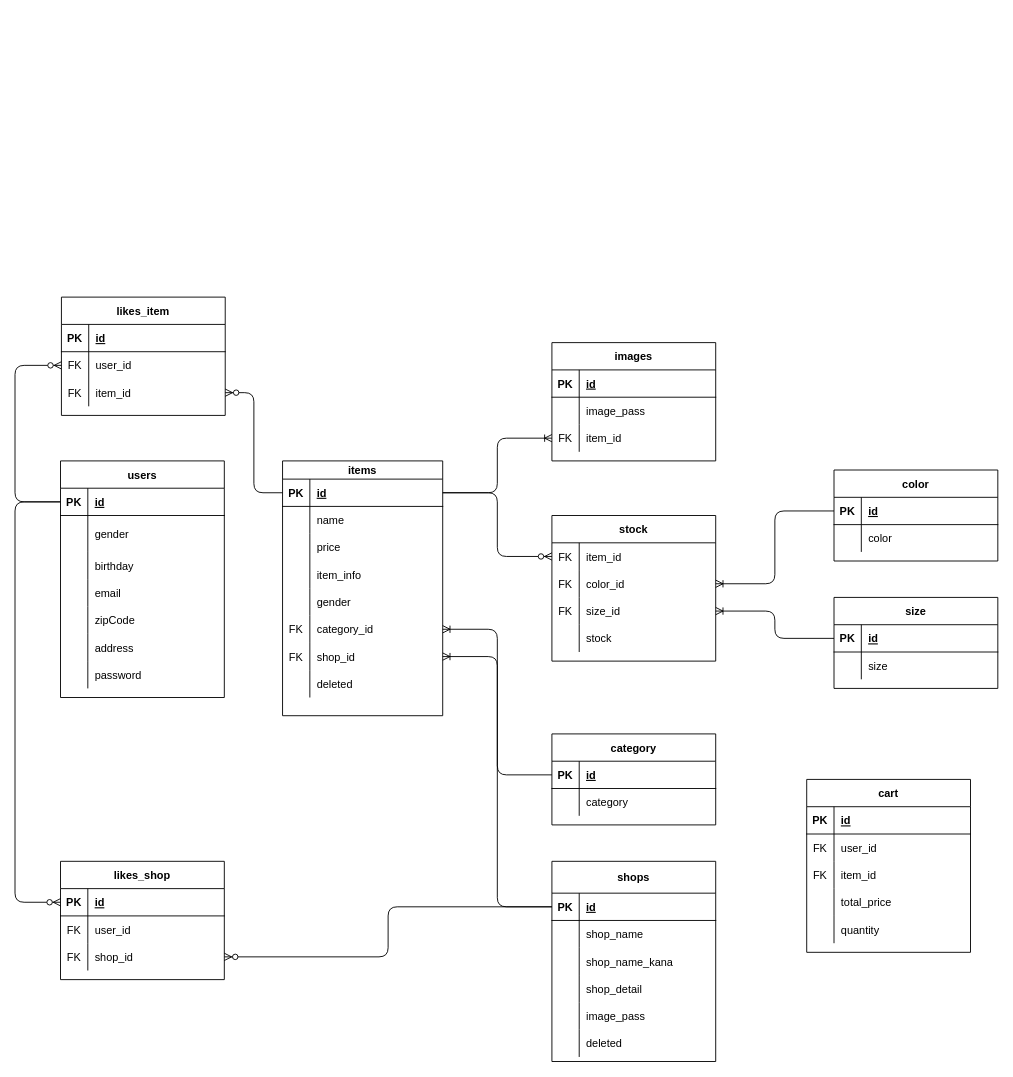
This is design/newmozo.drawio from daimatsunaga/mozotown, a draw.io file, before an edit. Source tidied: cells renumbered, new cells numbered last; positions are measured from the earlier drawing's top-left corner, leaving out a move shared by most shapes. Both pictures are drawn from the tidied source at 91%, with x=0, y=0 at pixel (15, 297).
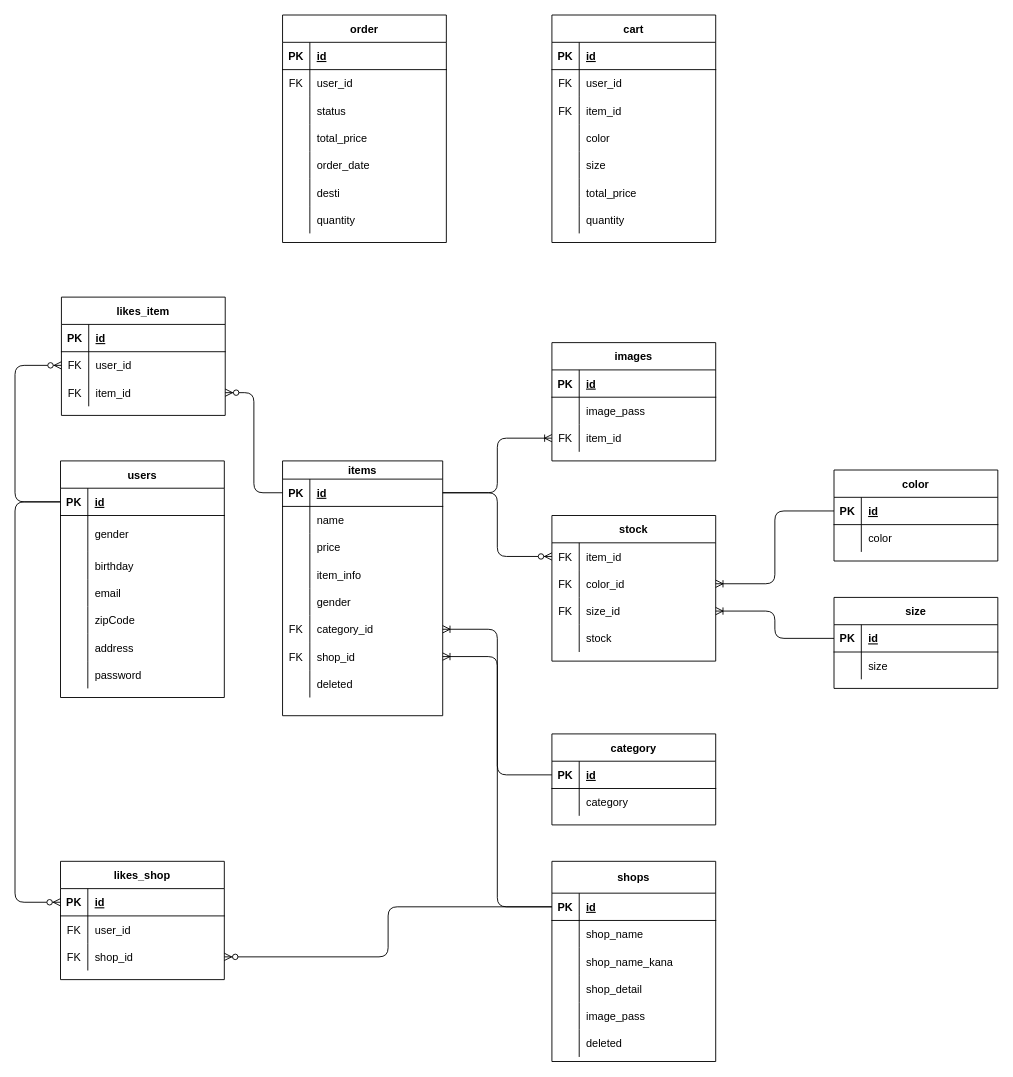
The same diagram, later.

Commit message:
カート、オーダー、支払い方法のテーブルの作成

The change refers to these unchanged cells:
```xml
<mxCell id="152" style="shape=partialRectangle;fillColor=none;top=0;left=0;bottom=0;right=0;" parent="142" vertex="1">
  <mxGeometry y="120" width="180" height="30" as="geometry" />
</mxCell>
<mxCell id="155" style="shape=partialRectangle;fillColor=none;top=0;left=0;bottom=0;right=0;" parent="142" vertex="1">
  <mxGeometry y="150" width="180" height="30" as="geometry" />
</mxCell>
```

Change to the diagram source:
```diff
@@
     <mxCell id="142" value="cart" style="shape=table;startSize=30;childLayout=tableLayout;rowLines=0;fontStyle=1;align=center;" parent="1" vertex="1">
-      <mxGeometry x="870" y="530" width="180" height="190" as="geometry" />
+      <mxGeometry x="590" y="-310" width="180" height="250" as="geometry" />
     </mxCell>
@@
-    <mxCell id="154" value="total_price" style="shape=partialRectangle;fillColor=none;top=0;left=0;bottom=0;right=0;align=left;spacingLeft=6;overflow=hidden;" parent="152" vertex="1">
+    <mxCell id="154" value="color" style="shape=partialRectangle;fillColor=none;top=0;left=0;bottom=0;right=0;align=left;spacingLeft=6;overflow=hidden;" parent="152" vertex="1">
       <mxGeometry x="30" width="150" height="30" as="geometry" />
     </mxCell>
@@
-    <mxCell id="157" value="quantity" style="shape=partialRectangle;fillColor=none;top=0;left=0;bottom=0;right=0;align=left;spacingLeft=6;overflow=hidden;" parent="155" vertex="1">
+    <mxCell id="157" value="size" style="shape=partialRectangle;fillColor=none;top=0;left=0;bottom=0;right=0;align=left;spacingLeft=6;overflow=hidden;" parent="155" vertex="1">
       <mxGeometry x="30" width="150" height="30" as="geometry" />
     </mxCell>
+    <mxCell id="158" style="shape=partialRectangle;fillColor=none;top=0;left=0;bottom=0;right=0;" parent="142" vertex="1">
+      <mxGeometry y="180" width="180" height="30" as="geometry" />
+    </mxCell>
+    <mxCell id="159" style="shape=partialRectangle;fillColor=none;top=0;left=0;bottom=0;right=0;overflow=hidden;" parent="158" vertex="1">
+      <mxGeometry width="30" height="30" as="geometry" />
+    </mxCell>
+    <mxCell id="160" value="total_price" style="shape=partialRectangle;fillColor=none;top=0;left=0;bottom=0;right=0;align=left;spacingLeft=6;overflow=hidden;" parent="158" vertex="1">
+      <mxGeometry x="30" width="150" height="30" as="geometry" />
+    </mxCell>
+    <mxCell id="161" style="shape=partialRectangle;fillColor=none;top=0;left=0;bottom=0;right=0;" parent="142" vertex="1">
+      <mxGeometry y="210" width="180" height="30" as="geometry" />
+    </mxCell>
+    <mxCell id="162" style="shape=partialRectangle;fillColor=none;top=0;left=0;bottom=0;right=0;overflow=hidden;" parent="161" vertex="1">
+      <mxGeometry width="30" height="30" as="geometry" />
+    </mxCell>
+    <mxCell id="163" value="quantity" style="shape=partialRectangle;fillColor=none;top=0;left=0;bottom=0;right=0;align=left;spacingLeft=6;overflow=hidden;" parent="161" vertex="1">
+      <mxGeometry x="30" width="150" height="30" as="geometry" />
+    </mxCell>
+    <mxCell id="164" value="order" style="shape=table;startSize=30;childLayout=tableLayout;rowLines=0;fontStyle=1;align=center;" parent="1" vertex="1">
+      <mxGeometry x="294" y="-310" width="180" height="250" as="geometry" />
+    </mxCell>
+    <mxCell id="165" style="shape=partialRectangle;fillColor=none;top=0;left=0;bottom=1;right=0;" parent="164" vertex="1">
+      <mxGeometry y="30" width="180" height="30" as="geometry" />
+    </mxCell>
+    <mxCell id="166" value="PK" style="shape=partialRectangle;fillColor=none;top=0;left=0;bottom=0;right=0;fontStyle=1;overflow=hidden;" parent="165" vertex="1">
+      <mxGeometry width="30" height="30" as="geometry" />
+    </mxCell>
+    <mxCell id="167" value="id" style="shape=partialRectangle;fillColor=none;top=0;left=0;bottom=0;right=0;align=left;spacingLeft=6;fontStyle=5;overflow=hidden;" parent="165" vertex="1">
+      <mxGeometry x="30" width="150" height="30" as="geometry" />
+    </mxCell>
+    <mxCell id="168" style="shape=partialRectangle;fillColor=none;top=0;left=0;bottom=0;right=0;" parent="164" vertex="1">
+      <mxGeometry y="60" width="180" height="30" as="geometry" />
+    </mxCell>
+    <mxCell id="169" value="FK" style="shape=partialRectangle;fillColor=none;top=0;left=0;bottom=0;right=0;overflow=hidden;" parent="168" vertex="1">
+      <mxGeometry width="30" height="30" as="geometry" />
+    </mxCell>
+    <mxCell id="170" value="user_id" style="shape=partialRectangle;fillColor=none;top=0;left=0;bottom=0;right=0;align=left;spacingLeft=6;overflow=hidden;" parent="168" vertex="1">
+      <mxGeometry x="30" width="150" height="30" as="geometry" />
+    </mxCell>
+    <mxCell id="171" style="shape=partialRectangle;fillColor=none;top=0;left=0;bottom=0;right=0;" parent="164" vertex="1">
+      <mxGeometry y="90" width="180" height="30" as="geometry" />
+    </mxCell>
+    <mxCell id="172" style="shape=partialRectangle;fillColor=none;top=0;left=0;bottom=0;right=0;overflow=hidden;" parent="171" vertex="1">
+      <mxGeometry width="30" height="30" as="geometry" />
+    </mxCell>
+    <mxCell id="173" value="status" style="shape=partialRectangle;fillColor=none;top=0;left=0;bottom=0;right=0;align=left;spacingLeft=6;overflow=hidden;" parent="171" vertex="1">
+      <mxGeometry x="30" width="150" height="30" as="geometry" />
+    </mxCell>
+    <mxCell id="174" style="shape=partialRectangle;fillColor=none;top=0;left=0;bottom=0;right=0;" parent="164" vertex="1">
+      <mxGeometry y="120" width="180" height="30" as="geometry" />
+    </mxCell>
+    <mxCell id="175" style="shape=partialRectangle;fillColor=none;top=0;left=0;bottom=0;right=0;overflow=hidden;" parent="174" vertex="1">
+      <mxGeometry width="30" height="30" as="geometry" />
+    </mxCell>
+    <mxCell id="176" value="total_price" style="shape=partialRectangle;fillColor=none;top=0;left=0;bottom=0;right=0;align=left;spacingLeft=6;overflow=hidden;" parent="174" vertex="1">
+      <mxGeometry x="30" width="150" height="30" as="geometry" />
+    </mxCell>
+    <mxCell id="177" style="shape=partialRectangle;fillColor=none;top=0;left=0;bottom=0;right=0;" parent="164" vertex="1">
+      <mxGeometry y="150" width="180" height="30" as="geometry" />
+    </mxCell>
+    <mxCell id="178" style="shape=partialRectangle;fillColor=none;top=0;left=0;bottom=0;right=0;overflow=hidden;" parent="177" vertex="1">
+      <mxGeometry width="30" height="30" as="geometry" />
+    </mxCell>
+    <mxCell id="179" value="order_date" style="shape=partialRectangle;fillColor=none;top=0;left=0;bottom=0;right=0;align=left;spacingLeft=6;overflow=hidden;" parent="177" vertex="1">
+      <mxGeometry x="30" width="150" height="30" as="geometry" />
+    </mxCell>
+    <mxCell id="180" style="shape=partialRectangle;fillColor=none;top=0;left=0;bottom=0;right=0;" parent="164" vertex="1">
+      <mxGeometry y="180" width="180" height="30" as="geometry" />
+    </mxCell>
+    <mxCell id="181" style="shape=partialRectangle;fillColor=none;top=0;left=0;bottom=0;right=0;overflow=hidden;" parent="180" vertex="1">
+      <mxGeometry width="30" height="30" as="geometry" />
+    </mxCell>
+    <mxCell id="182" value="desti" style="shape=partialRectangle;fillColor=none;top=0;left=0;bottom=0;right=0;align=left;spacingLeft=6;overflow=hidden;" parent="180" vertex="1">
+      <mxGeometry x="30" width="150" height="30" as="geometry" />
+    </mxCell>
+    <mxCell id="183" style="shape=partialRectangle;fillColor=none;top=0;left=0;bottom=0;right=0;" parent="164" vertex="1">
+      <mxGeometry y="210" width="180" height="30" as="geometry" />
+    </mxCell>
+    <mxCell id="184" style="shape=partialRectangle;fillColor=none;top=0;left=0;bottom=0;right=0;overflow=hidden;" parent="183" vertex="1">
+      <mxGeometry width="30" height="30" as="geometry" />
+    </mxCell>
+    <mxCell id="185" value="quantity" style="shape=partialRectangle;fillColor=none;top=0;left=0;bottom=0;right=0;align=left;spacingLeft=6;overflow=hidden;" parent="183" vertex="1">
+      <mxGeometry x="30" width="150" height="30" as="geometry" />
+    </mxCell>
```
